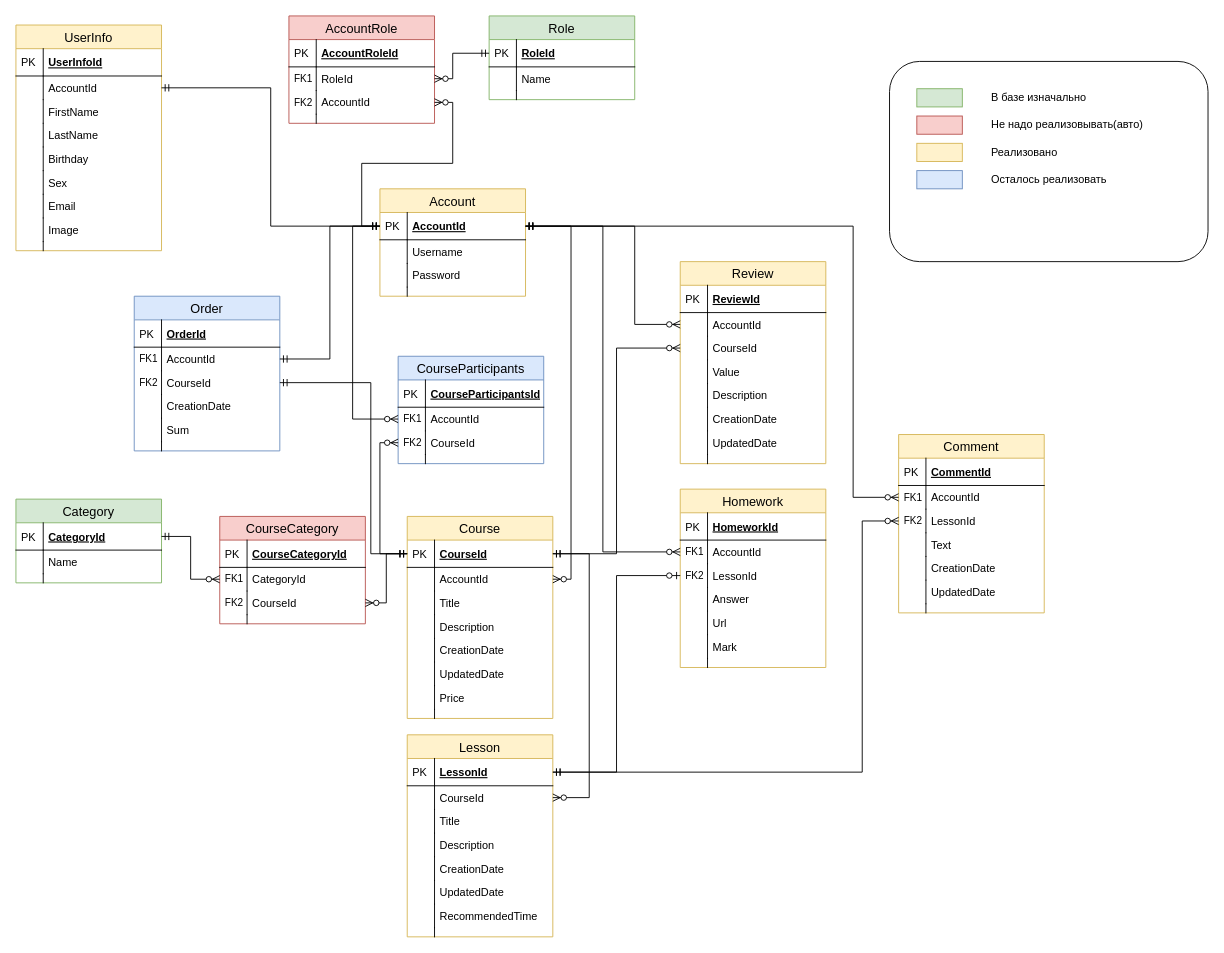
Above: EduApp/EduApp.Data/DbScheme/database.drawio in EvgeniyVashinko/EduApp (draw.io), before the change. Source tidied: cells renumbered, new cells numbered last; positions are measured from the earlier drawing's top-left corner, leaving out a move shared by most shapes. Both pictures are drawn from the tidied source at 91%, with x=0, y=0 at pixel (15, 15).
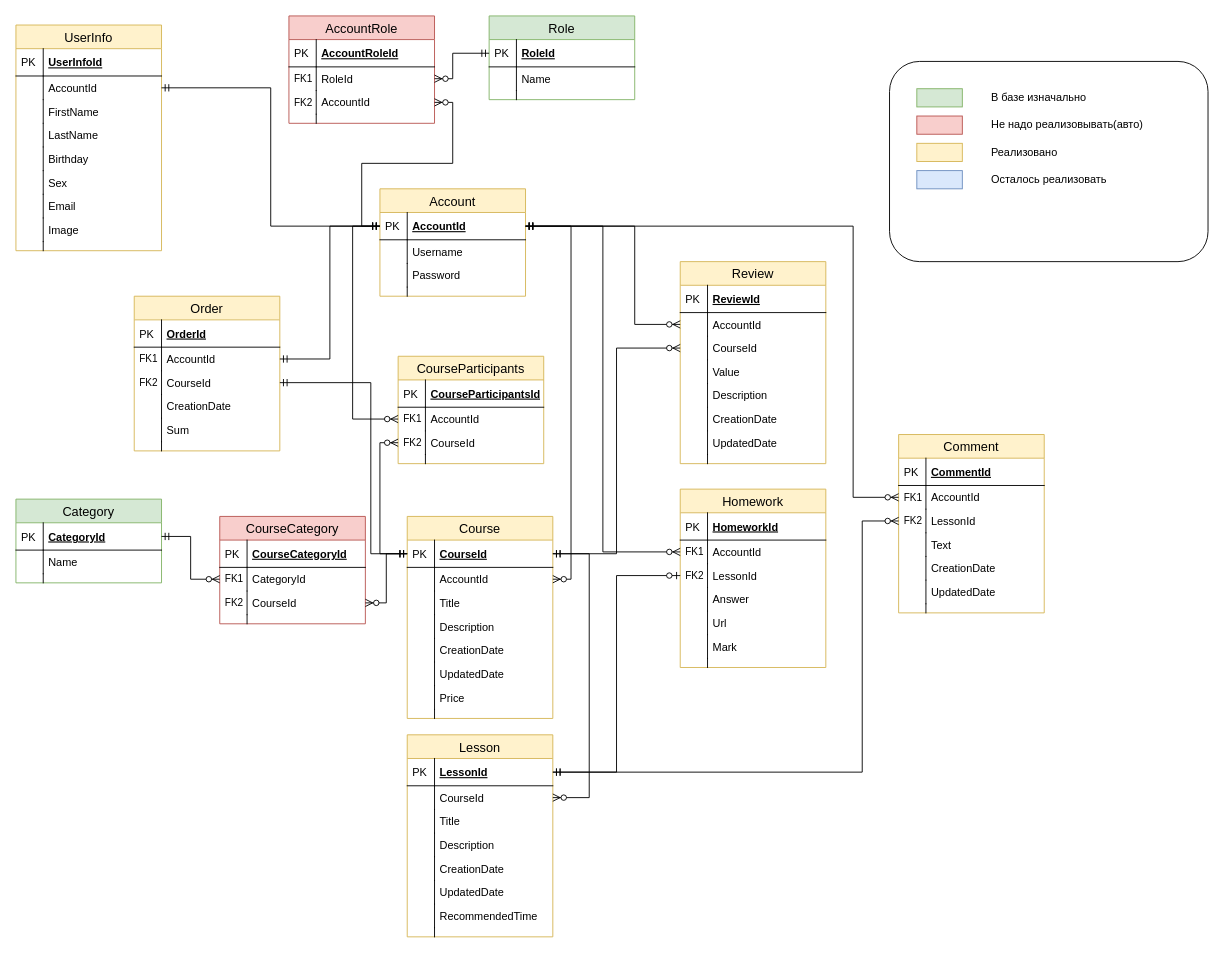
Above is the later version.

Diff of the diagram source:
```diff
@@
-    <mxCell id="2" value="CourseParticipants" style="swimlane;fontStyle=0;horizontal=1;startSize=26;fillColor=#dae8fc;swimlaneFillColor=#ffffff;align=center;fontSize=14;strokeColor=#6c8ebf;" parent="1" vertex="1">
+    <mxCell id="2" value="CourseParticipants" style="swimlane;fontStyle=0;horizontal=1;startSize=26;fillColor=#fff2cc;swimlaneFillColor=#ffffff;align=center;fontSize=14;strokeColor=#d6b656;" parent="1" vertex="1">
       <mxGeometry x="420" y="374" width="160" height="118" as="geometry" />
     </mxCell>
@@
-    <mxCell id="54" value="Order" style="swimlane;fontStyle=0;horizontal=1;startSize=26;fillColor=#dae8fc;swimlaneFillColor=#ffffff;align=center;fontSize=14;strokeColor=#6c8ebf;" parent="1" vertex="1">
+    <mxCell id="54" value="Order" style="swimlane;fontStyle=0;horizontal=1;startSize=26;fillColor=#fff2cc;swimlaneFillColor=#ffffff;align=center;fontSize=14;strokeColor=#d6b656;" parent="1" vertex="1">
       <mxGeometry x="130" y="308" width="160" height="170" as="geometry" />
     </mxCell>
```
